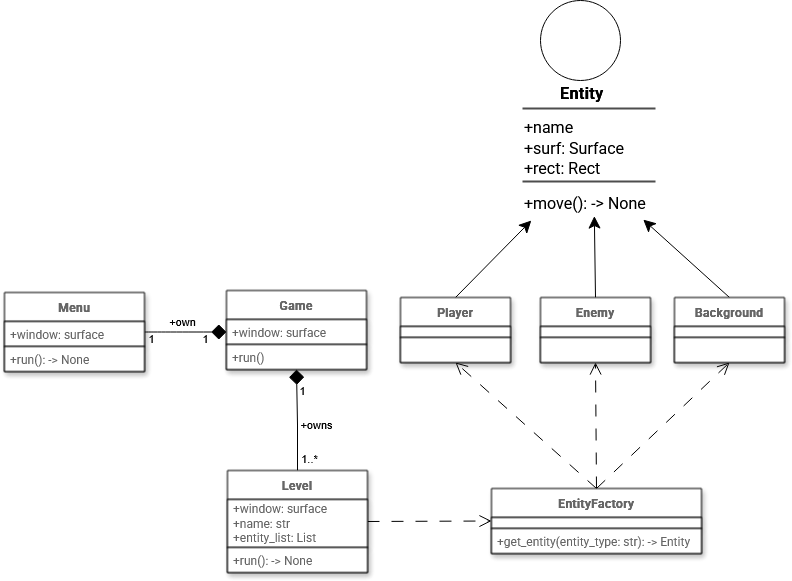
This is diagramas/class_diagram.png from segundoo2/montain-shooter, a draw.io export, as it was before one commit. Source tidied: cells renumbered, new cells last; positions are measured from the earlier drawing's top-left corner, leaving out a move shared by most shapes.
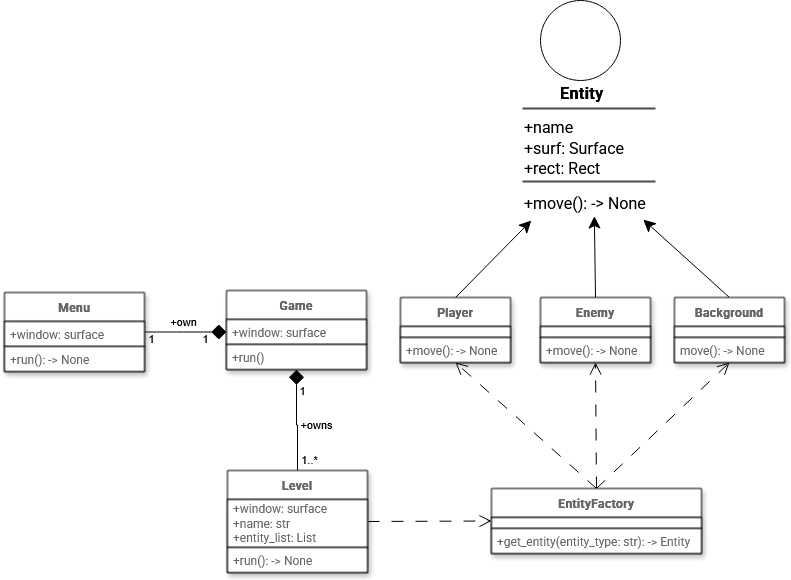
The same diagram one commit later.

The edit, as a diff of the source:
```diff
@@ -93,7 +93,7 @@
     <mxCell id="28" style="text;html=1;strokeColor=light-dark(#000000,#000000);fillColor=light-dark(#FFFFFF,#FFFFFF);align=left;verticalAlign=middle;spacingLeft=4;spacingRight=4;overflow=hidden;whiteSpace=wrap;gradientColor=none;fontColor=light-dark(#666666,#000000);glass=0;rounded=0;fontStyle=0;fontFamily=Roboto;fontSource=https%3A%2F%2Ffonts.googleapis.com%2Fcss%3Ffamily%3DRoboto;shadow=1;" parent="27" vertex="1">
       <mxGeometry y="29" width="110" height="11" as="geometry" />
     </mxCell>
-    <mxCell id="29" value="&lt;div&gt;&lt;br&gt;&lt;/div&gt;" style="text;html=1;strokeColor=light-dark(#000000,#000000);fillColor=light-dark(#FFFFFF,#FFFFFF);align=left;verticalAlign=middle;spacingLeft=4;spacingRight=4;overflow=hidden;whiteSpace=wrap;fontColor=light-dark(#666666,#000000);glass=0;rounded=0;fontStyle=0;fontFamily=Roboto;fontSource=https%3A%2F%2Ffonts.googleapis.com%2Fcss%3Ffamily%3DRoboto;shadow=1;" parent="27" vertex="1">
+    <mxCell id="29" value="+move(): -&amp;gt; None" style="text;html=1;strokeColor=light-dark(#000000,#000000);fillColor=light-dark(#FFFFFF,#FFFFFF);align=left;verticalAlign=middle;spacingLeft=4;spacingRight=4;overflow=hidden;whiteSpace=wrap;fontColor=light-dark(#666666,#000000);glass=0;rounded=0;fontStyle=0;fontFamily=Roboto;fontSource=https%3A%2F%2Ffonts.googleapis.com%2Fcss%3Ffamily%3DRoboto;shadow=1;" parent="27" vertex="1">
       <mxGeometry y="40" width="110" height="25" as="geometry" />
     </mxCell>
     <mxCell id="30" style="rounded=0;jettySize=auto;html=1;exitX=0.5;exitY=0;exitDx=0;exitDy=0;endSize=10;entryX=0.479;entryY=0.919;entryDx=0;entryDy=0;entryPerimeter=0;" parent="1" edge="1" source="31" target="45">
@@ -105,7 +105,7 @@
     <mxCell id="32" style="text;html=1;strokeColor=light-dark(#000000,#000000);fillColor=light-dark(#FFFFFF,#FFFFFF);align=left;verticalAlign=middle;spacingLeft=4;spacingRight=4;overflow=hidden;whiteSpace=wrap;gradientColor=none;fontColor=light-dark(#666666,#000000);glass=0;rounded=0;fontStyle=0;fontFamily=Roboto;fontSource=https%3A%2F%2Ffonts.googleapis.com%2Fcss%3Ffamily%3DRoboto;shadow=1;" parent="31" vertex="1">
       <mxGeometry y="29" width="110" height="11" as="geometry" />
     </mxCell>
-    <mxCell id="33" style="text;html=1;strokeColor=light-dark(#000000,#000000);fillColor=light-dark(#FFFFFF,#FFFFFF);align=left;verticalAlign=middle;spacingLeft=4;spacingRight=4;overflow=hidden;whiteSpace=wrap;fontColor=light-dark(#666666,#000000);glass=0;rounded=0;fontStyle=0;fontFamily=Roboto;fontSource=https%3A%2F%2Ffonts.googleapis.com%2Fcss%3Ffamily%3DRoboto;shadow=1;" parent="31" vertex="1">
+    <mxCell id="33" value="+move(): -&amp;gt; None" style="text;html=1;strokeColor=light-dark(#000000,#000000);fillColor=light-dark(#FFFFFF,#FFFFFF);align=left;verticalAlign=middle;spacingLeft=4;spacingRight=4;overflow=hidden;whiteSpace=wrap;fontColor=light-dark(#666666,#000000);glass=0;rounded=0;fontStyle=0;fontFamily=Roboto;fontSource=https%3A%2F%2Ffonts.googleapis.com%2Fcss%3Ffamily%3DRoboto;shadow=1;" parent="31" vertex="1">
       <mxGeometry y="40" width="110" height="25" as="geometry" />
     </mxCell>
     <mxCell id="34" style="rounded=0;jettySize=auto;html=1;exitX=0.5;exitY=0;exitDx=0;exitDy=0;entryX=0.805;entryY=1.037;entryDx=0;entryDy=0;entryPerimeter=0;endSize=10;" parent="1" edge="1" source="35" target="45">
@@ -117,7 +117,7 @@
     <mxCell id="36" style="text;html=1;strokeColor=light-dark(#000000,#000000);fillColor=light-dark(#FFFFFF,#FFFFFF);align=left;verticalAlign=middle;spacingLeft=4;spacingRight=4;overflow=hidden;whiteSpace=wrap;gradientColor=none;fontColor=light-dark(#666666,#000000);glass=0;rounded=0;fontStyle=0;fontFamily=Roboto;fontSource=https%3A%2F%2Ffonts.googleapis.com%2Fcss%3Ffamily%3DRoboto;shadow=1;" parent="35" vertex="1">
       <mxGeometry y="29" width="110" height="11" as="geometry" />
     </mxCell>
-    <mxCell id="37" style="text;html=1;strokeColor=light-dark(#000000,#000000);fillColor=light-dark(#FFFFFF,#FFFFFF);align=left;verticalAlign=middle;spacingLeft=4;spacingRight=4;overflow=hidden;whiteSpace=wrap;fontColor=light-dark(#666666,#000000);glass=0;rounded=0;fontStyle=0;fontFamily=Roboto;fontSource=https%3A%2F%2Ffonts.googleapis.com%2Fcss%3Ffamily%3DRoboto;shadow=1;" parent="35" vertex="1">
+    <mxCell id="37" value="move(): -&amp;gt; None" style="text;html=1;strokeColor=light-dark(#000000,#000000);fillColor=light-dark(#FFFFFF,#FFFFFF);align=left;verticalAlign=middle;spacingLeft=4;spacingRight=4;overflow=hidden;whiteSpace=wrap;fontColor=light-dark(#666666,#000000);glass=0;rounded=0;fontStyle=0;fontFamily=Roboto;fontSource=https%3A%2F%2Ffonts.googleapis.com%2Fcss%3Ffamily%3DRoboto;shadow=1;" parent="35" vertex="1">
       <mxGeometry y="40" width="110" height="25" as="geometry" />
     </mxCell>
     <mxCell id="38" style="ellipse;whiteSpace=wrap;html=1;fillColor=light-dark(#FFFFFF,#FFFFFF);strokeColor=light-dark(#000000,#000000);" parent="1" vertex="1">
```
